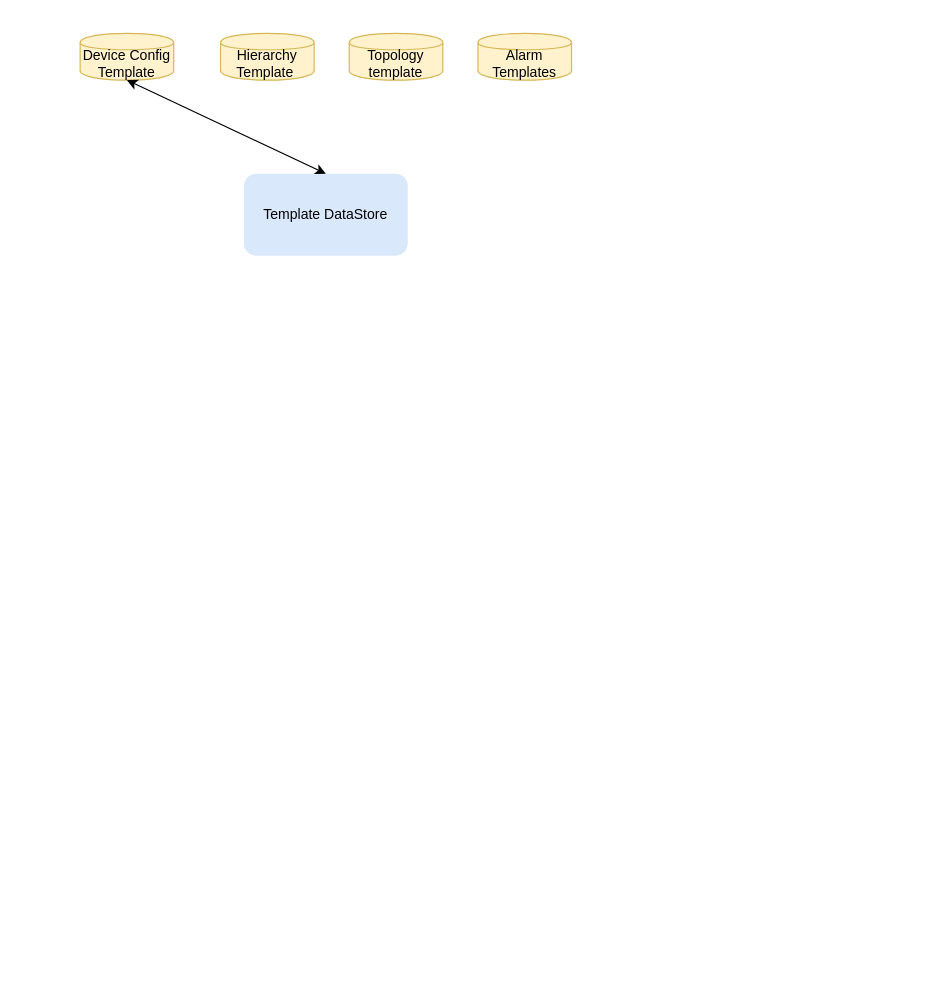
sugchand/drawio keeps this draw.io diagram as template based nw provisioning.drawio. Above is the earlier version. Source tidied: cells renumbered, new cells numbered last; positions are measured from the earlier drawing's top-left corner, leaving out a move shared by most shapes. Both pictures are drawn from the tidied source at 117%, with x=0, y=0 at pixel (80, 33).
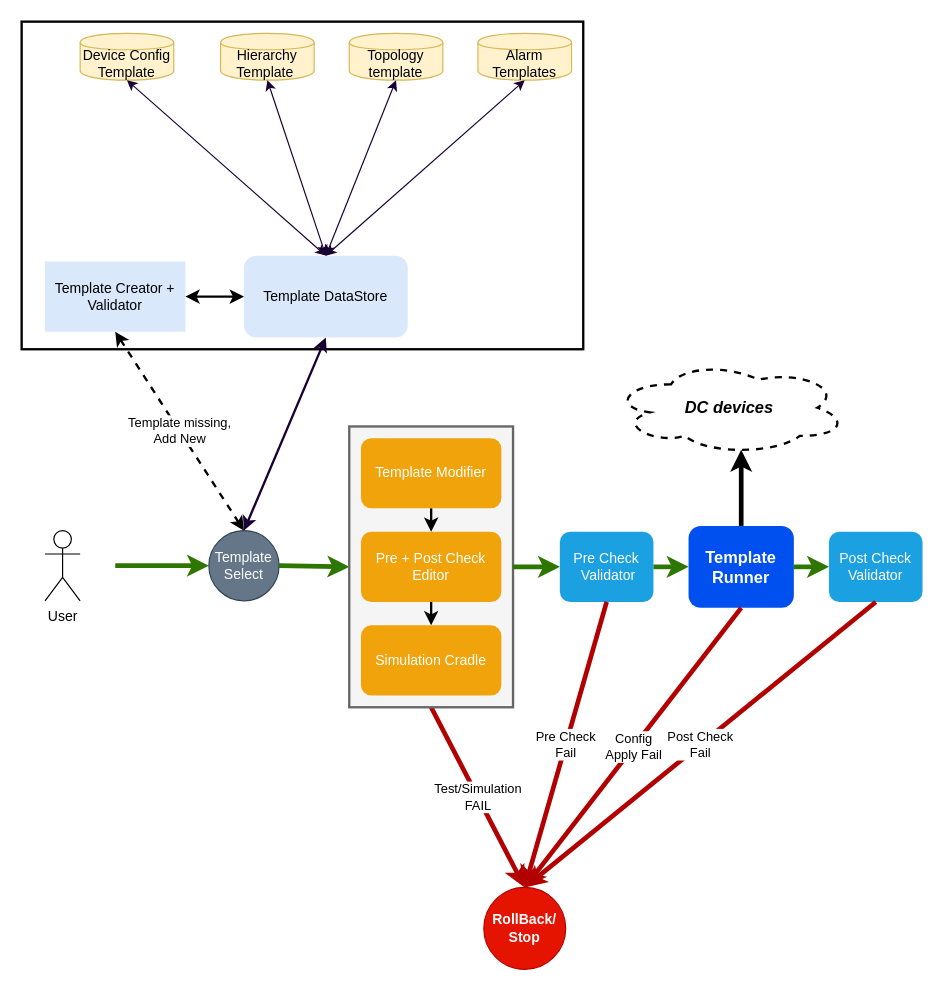
Above is the later version.

The change refers to these unchanged cells:
```xml
<mxCell id="3" value="Device Config Template" style="shape=cylinder;whiteSpace=wrap;html=1;boundedLbl=1;backgroundOutline=1;fillColor=#fff2cc;strokeColor=#d6b656;" parent="1" vertex="1">
  <mxGeometry width="80" height="40" as="geometry" />
</mxCell>
<mxCell id="4" value="Hierarchy Template&amp;nbsp;" style="shape=cylinder;whiteSpace=wrap;html=1;boundedLbl=1;backgroundOutline=1;fillColor=#fff2cc;strokeColor=#d6b656;" parent="1" vertex="1">
  <mxGeometry x="120" width="80" height="40" as="geometry" />
</mxCell>
<mxCell id="5" value="Topology template" style="shape=cylinder;whiteSpace=wrap;html=1;boundedLbl=1;backgroundOutline=1;fillColor=#fff2cc;strokeColor=#d6b656;" parent="1" vertex="1">
  <mxGeometry x="230" width="80" height="40" as="geometry" />
</mxCell>
<mxCell id="6" value="Alarm Templates" style="shape=cylinder;whiteSpace=wrap;html=1;boundedLbl=1;backgroundOutline=1;fillColor=#fff2cc;strokeColor=#d6b656;" parent="1" vertex="1">
  <mxGeometry x="340" width="80" height="40" as="geometry" />
</mxCell>
```

Diff of the diagram source:
```diff
@@
+    <mxCell id="8" style="rounded=0;whiteSpace=wrap;html=1;strokeWidth=2;" parent="1" vertex="1">
+      <mxGeometry x="-50" y="-10" width="480" height="280" as="geometry" />
+    </mxCell>
     <mxCell id="2" value="Template DataStore" style="rounded=1;whiteSpace=wrap;html=1;fillColor=#dae8fc;strokeColor=none;" parent="1" vertex="1">
-      <mxGeometry x="140" y="120" width="140" height="70" as="geometry" />
+      <mxGeometry x="140" y="190" width="140" height="70" as="geometry" />
     </mxCell>
@@
-    <mxCell id="7" style="endArrow=classic;startArrow=classic;html=1;entryX=0.5;entryY=1;entryDx=0;entryDy=0;exitX=0.5;exitY=0;exitDx=0;exitDy=0;" parent="1" edge="1" source="2" target="3">
+    <mxCell id="7" style="endArrow=classic;startArrow=classic;html=1;entryX=0.5;entryY=1;entryDx=0;entryDy=0;exitX=0.5;exitY=0;exitDx=0;exitDy=0;strokeColor=#190033;" parent="1" edge="1" source="2" target="3">
       <mxGeometry relative="1" as="geometry" />
     </mxCell>
+    <mxCell id="9" style="endArrow=classic;startArrow=classic;html=1;entryX=0.5;entryY=1;entryDx=0;entryDy=0;exitX=0.5;exitY=0;exitDx=0;exitDy=0;strokeColor=#190033;" parent="1" edge="1" source="2" target="4">
+      <mxGeometry relative="1" as="geometry" />
+    </mxCell>
+    <mxCell id="10" style="endArrow=classic;startArrow=classic;html=1;entryX=0.5;entryY=1;entryDx=0;entryDy=0;exitX=0.5;exitY=0;exitDx=0;exitDy=0;strokeColor=#190033;" parent="1" edge="1" source="2" target="5">
+      <mxGeometry relative="1" as="geometry" />
+    </mxCell>
+    <mxCell id="11" style="endArrow=classic;startArrow=classic;html=1;entryX=0.5;entryY=1;entryDx=0;entryDy=0;exitX=0.5;exitY=0;exitDx=0;exitDy=0;strokeColor=#190033;" parent="1" edge="1" source="2" target="6">
+      <mxGeometry relative="1" as="geometry" />
+    </mxCell>
+    <mxCell id="12" value="Template Creator + Validator" style="rounded=0;whiteSpace=wrap;html=1;fillColor=#dae8fc;strokeColor=none;" parent="1" vertex="1">
+      <mxGeometry x="-30" y="195" width="120" height="60" as="geometry" />
+    </mxCell>
+    <mxCell id="13" value="User" style="shape=umlActor;verticalLabelPosition=bottom;labelBackgroundColor=#ffffff;verticalAlign=top;html=1;" parent="1" vertex="1">
+      <mxGeometry x="-30" y="425" width="30" height="60" as="geometry" />
+    </mxCell>
+    <mxCell id="14" value="Template Select" style="ellipse;whiteSpace=wrap;html=1;fillColor=#647687;strokeColor=#314354;fontColor=#ffffff;" parent="1" vertex="1">
+      <mxGeometry x="110" y="425" width="60" height="60" as="geometry" />
+    </mxCell>
+    <mxCell id="15" style="endArrow=classic;startArrow=classic;html=1;entryX=0.5;entryY=1;entryDx=0;entryDy=0;exitX=0.5;exitY=0;exitDx=0;exitDy=0;strokeColor=#190033;strokeWidth=2;" parent="1" edge="1" source="14" target="2">
+      <mxGeometry relative="1" as="geometry" />
+    </mxCell>
+    <mxCell id="16" value="Template missing,&lt;br&gt;Add New" style="endArrow=classic;startArrow=classic;html=1;dashed=1;strokeColor=#000000;strokeWidth=2;entryX=0.5;entryY=1;entryDx=0;entryDy=0;exitX=0.5;exitY=0;exitDx=0;exitDy=0;" parent="1" edge="1" source="14" target="12">
+      <mxGeometry relative="1" as="geometry" />
+    </mxCell>
+    <mxCell id="17" style="endArrow=classic;startArrow=classic;html=1;strokeColor=#000000;strokeWidth=2;entryX=0;entryY=0.5;entryDx=0;entryDy=0;exitX=1;exitY=0.5;exitDx=0;exitDy=0;" parent="1" edge="1" source="12" target="2">
+      <mxGeometry relative="1" as="geometry" />
+    </mxCell>
+    <mxCell id="18" value="Pre Check&lt;br&gt;&amp;nbsp;Validator" style="rounded=1;whiteSpace=wrap;html=1;fillColor=#1ba1e2;strokeColor=none;fontColor=#ffffff;" parent="1" vertex="1">
+      <mxGeometry x="410" y="426" width="80" height="60" as="geometry" />
+    </mxCell>
+    <mxCell id="19" value="&lt;span style=&quot;font-size: 14px&quot;&gt;&lt;b&gt;Template Runner&lt;/b&gt;&lt;/span&gt;" style="rounded=1;whiteSpace=wrap;html=1;fillColor=#0050ef;strokeColor=none;fontColor=#ffffff;glass=0;comic=0;shadow=0;" parent="1" vertex="1">
+      <mxGeometry x="520" y="421" width="90" height="70" as="geometry" />
+    </mxCell>
+    <mxCell id="20" value="Post Check Validator" style="rounded=1;whiteSpace=wrap;html=1;fillColor=#1ba1e2;strokeColor=none;fontColor=#ffffff;" parent="1" vertex="1">
+      <mxGeometry x="640" y="426" width="80" height="60" as="geometry" />
+    </mxCell>
+    <mxCell id="21" value="&lt;b&gt;RollBack/&lt;br&gt;Stop&lt;/b&gt;" style="ellipse;whiteSpace=wrap;html=1;fillColor=#e51400;strokeColor=#B20000;fontColor=#ffffff;" parent="1" vertex="1">
+      <mxGeometry x="345" y="730" width="70" height="70" as="geometry" />
+    </mxCell>
+    <mxCell id="22" value="Test/Simulation&lt;br&gt;FAIL" style="endArrow=classic;html=1;strokeColor=#B20000;strokeWidth=4;exitX=0.5;exitY=1;exitDx=0;exitDy=0;entryX=0.5;entryY=0;entryDx=0;entryDy=0;fillColor=#e51400;" parent="1" edge="1" source="26" target="21">
+      <mxGeometry relative="1" as="geometry" />
+    </mxCell>
+    <mxCell id="23" style="endArrow=classic;html=1;strokeColor=#2D7600;strokeWidth=4;entryX=0;entryY=0.5;entryDx=0;entryDy=0;fillColor=#60a917;" parent="1" edge="1" target="14">
+      <mxGeometry relative="1" as="geometry">
+        <mxPoint x="30" y="455" as="sourcePoint" />
+      </mxGeometry>
+    </mxCell>
+    <mxCell id="24" style="endArrow=classic;html=1;strokeColor=#2D7600;strokeWidth=4;entryX=0;entryY=0.5;entryDx=0;entryDy=0;fillColor=#60a917;exitX=1;exitY=0.5;exitDx=0;exitDy=0;" parent="1" edge="1" source="14" target="26">
+      <mxGeometry relative="1" as="geometry" />
+    </mxCell>
+    <mxCell id="25" style="group;" parent="1" vertex="1">
+      <mxGeometry x="230" y="336" width="140" height="240" as="geometry" />
+    </mxCell>
+    <mxCell id="26" style="rounded=0;whiteSpace=wrap;html=1;strokeWidth=2;fillColor=#f5f5f5;strokeColor=#666666;fontColor=#333333;" parent="25" vertex="1">
+      <mxGeometry width="140" height="240" as="geometry" />
+    </mxCell>
+    <mxCell id="27" value="Template Modifier" style="rounded=1;whiteSpace=wrap;html=1;fillColor=#f0a30a;strokeColor=none;fontColor=#ffffff;" parent="25" vertex="1">
+      <mxGeometry x="10" y="10" width="120" height="60" as="geometry" />
+    </mxCell>
+    <mxCell id="28" value="Pre + Post Check Editor" style="rounded=1;whiteSpace=wrap;html=1;fillColor=#f0a30a;strokeColor=none;fontColor=#ffffff;" parent="25" vertex="1">
+      <mxGeometry x="10" y="90" width="120" height="60" as="geometry" />
+    </mxCell>
+    <mxCell id="29" value="Simulation Cradle" style="rounded=1;whiteSpace=wrap;html=1;fillColor=#f0a30a;strokeColor=none;fontColor=#ffffff;" parent="25" vertex="1">
+      <mxGeometry x="10" y="170" width="120" height="60" as="geometry" />
+    </mxCell>
+    <mxCell id="30" style="endArrow=classic;html=1;strokeColor=#000000;strokeWidth=2;exitX=0.5;exitY=1;exitDx=0;exitDy=0;" parent="25" edge="1" source="27" target="28">
+      <mxGeometry relative="1" as="geometry" />
+    </mxCell>
+    <mxCell id="31" style="endArrow=classic;html=1;strokeColor=#000000;strokeWidth=2;exitX=0.5;exitY=1;exitDx=0;exitDy=0;entryX=0.5;entryY=0;entryDx=0;entryDy=0;" parent="25" edge="1" source="28" target="29">
+      <mxGeometry relative="1" as="geometry" />
+    </mxCell>
+    <mxCell id="32" style="endArrow=classic;html=1;strokeColor=#2D7600;strokeWidth=4;entryX=0;entryY=0.5;entryDx=0;entryDy=0;fillColor=#60a917;exitX=1;exitY=0.5;exitDx=0;exitDy=0;" parent="1" edge="1" source="26" target="18">
+      <mxGeometry relative="1" as="geometry" />
+    </mxCell>
+    <mxCell id="33" style="endArrow=classic;html=1;strokeColor=#2D7600;strokeWidth=4;entryX=0;entryY=0.5;entryDx=0;entryDy=0;fillColor=#60a917;exitX=1;exitY=0.5;exitDx=0;exitDy=0;" parent="1" edge="1" source="19" target="20">
+      <mxGeometry relative="1" as="geometry" />
+    </mxCell>
+    <mxCell id="34" style="endArrow=classic;html=1;strokeColor=#2D7600;strokeWidth=4;entryX=0;entryY=0.5;entryDx=0;entryDy=0;fillColor=#60a917;exitX=1;exitY=0.5;exitDx=0;exitDy=0;" parent="1" edge="1" source="18" target="19">
+      <mxGeometry relative="1" as="geometry" />
+    </mxCell>
+    <mxCell id="35" value="Post Check&lt;br&gt;Fail" style="endArrow=classic;html=1;strokeColor=#B20000;strokeWidth=4;exitX=0.5;exitY=1;exitDx=0;exitDy=0;entryX=0.5;entryY=0;entryDx=0;entryDy=0;fillColor=#e51400;" parent="1" edge="1" source="20" target="21">
+      <mxGeometry relative="1" as="geometry" />
+    </mxCell>
+    <mxCell id="36" value="Pre Check&lt;br&gt;Fail" style="endArrow=classic;html=1;strokeColor=#B20000;strokeWidth=4;exitX=0.5;exitY=1;exitDx=0;exitDy=0;entryX=0.5;entryY=0;entryDx=0;entryDy=0;fillColor=#e51400;" parent="1" edge="1" source="18" target="21">
+      <mxGeometry relative="1" as="geometry" />
+    </mxCell>
+    <mxCell id="37" value="Config&lt;br&gt;Apply Fail" style="endArrow=classic;html=1;strokeColor=#B20000;strokeWidth=4;exitX=0.5;exitY=1;exitDx=0;exitDy=0;entryX=0.5;entryY=0;entryDx=0;entryDy=0;fillColor=#e51400;" parent="1" edge="1" source="19" target="21">
+      <mxGeometry relative="1" as="geometry" />
+    </mxCell>
+    <mxCell id="38" value="&lt;span style=&quot;font-size: 14px&quot;&gt;&lt;b&gt;&lt;i&gt;DC devices&lt;/i&gt;&lt;/b&gt;&lt;/span&gt;" style="ellipse;shape=cloud;whiteSpace=wrap;html=1;strokeColor=#000000;strokeWidth=2;dashed=1;" parent="1" vertex="1">
+      <mxGeometry x="455" y="280" width="200" height="80" as="geometry" />
+    </mxCell>
+    <mxCell id="39" style="endArrow=classic;html=1;strokeColor=#000000;strokeWidth=4;exitX=0.5;exitY=0;exitDx=0;exitDy=0;entryX=0.55;entryY=0.95;entryDx=0;entryDy=0;entryPerimeter=0;" parent="1" edge="1" source="19" target="38">
+      <mxGeometry relative="1" as="geometry" />
+    </mxCell>
```
